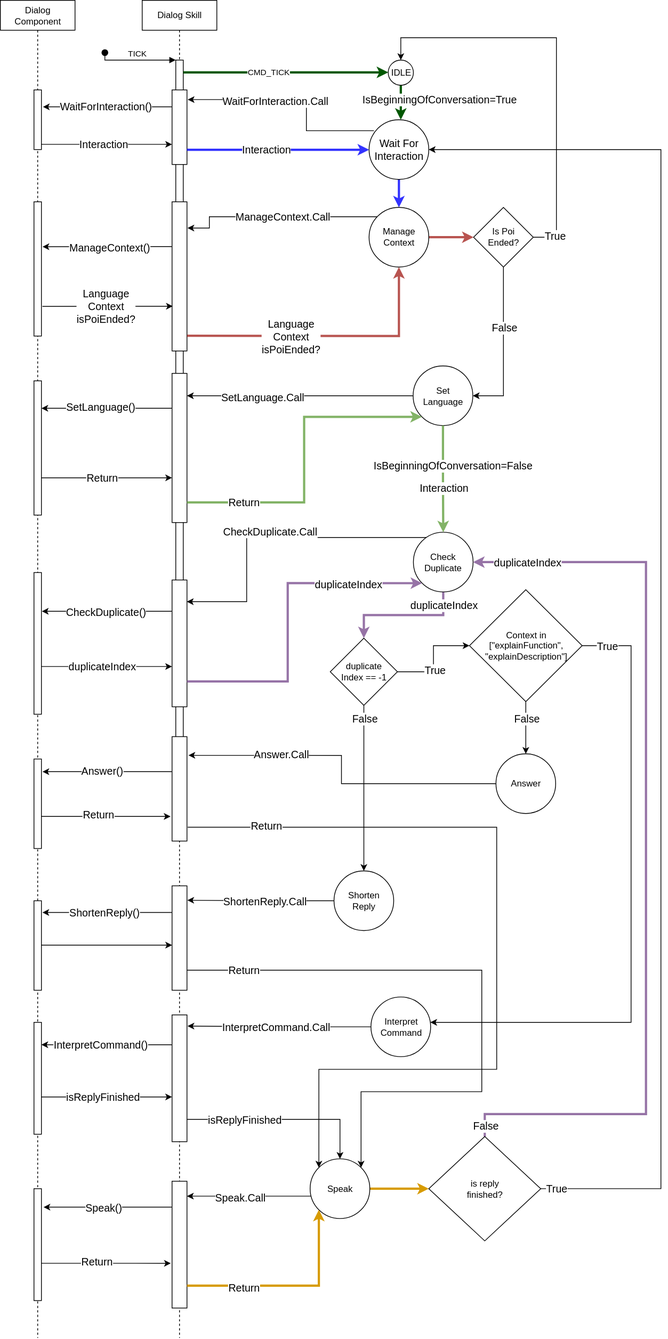
Above: src/skills/dialog_skill/images/SequenceDiagram.drawio.svg in convince-project/UC3 (draw.io), before the change. Source tidied: cells renumbered, new cells last; positions are measured from the earlier drawing's top-left corner, leaving out a move shared by most shapes.
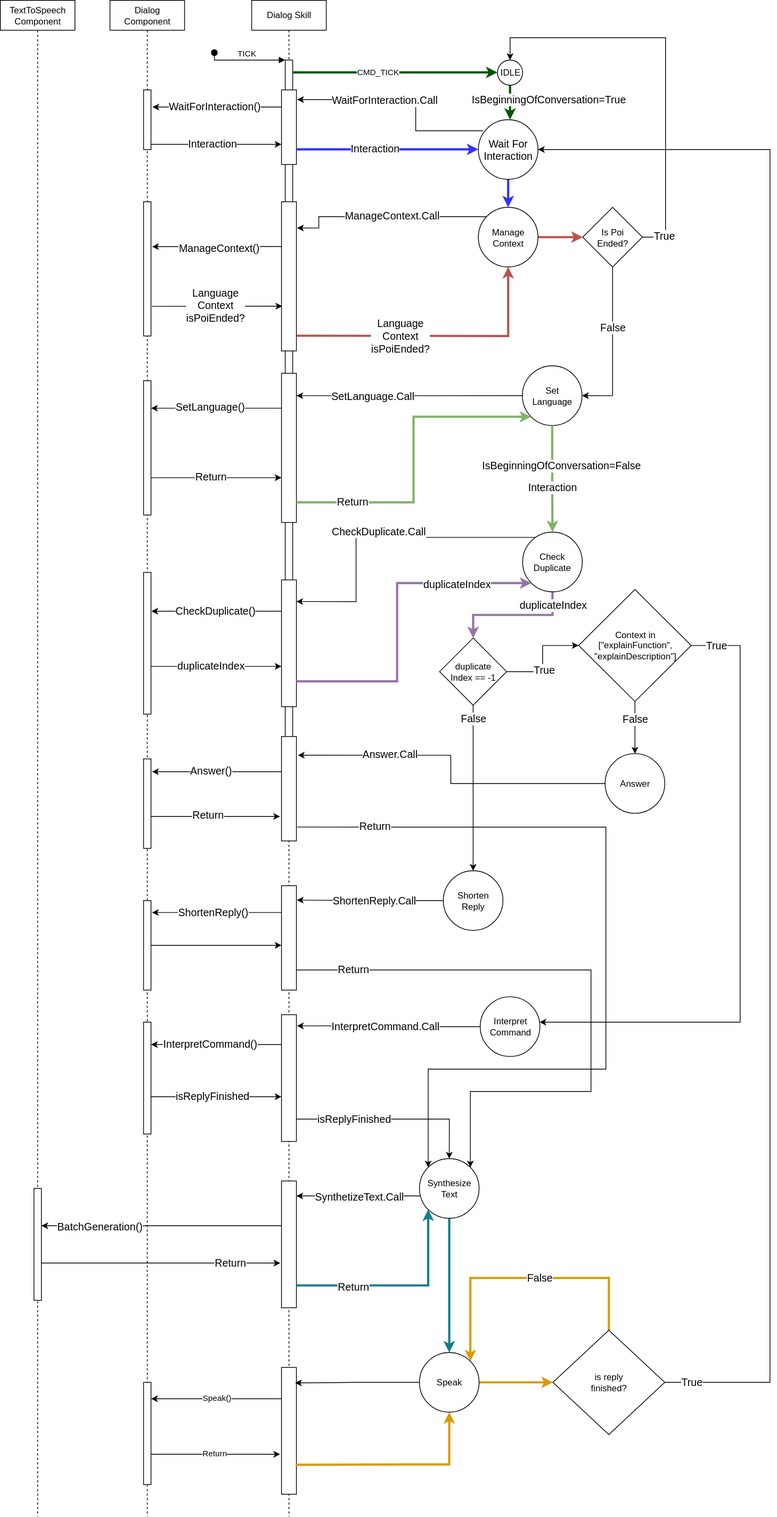
After the change.

Change to the diagram source:
```diff
@@ -3,7 +3,7 @@
     <mxCell id="0" />
     <mxCell id="1" parent="0" />
     <mxCell id="2" value="&lt;div&gt;Dialog&lt;/div&gt;&lt;div&gt;Component&lt;/div&gt;" style="shape=umlLifeline;perimeter=lifelinePerimeter;whiteSpace=wrap;html=1;newEdgeStyle={&quot;edgeStyle&quot;:&quot;elbowEdgeStyle&quot;,&quot;elbow&quot;:&quot;vertical&quot;,&quot;curved&quot;:0,&quot;rounded&quot;:0};" parent="1" vertex="1">
-      <mxGeometry width="100" height="1793" as="geometry" />
+      <mxGeometry width="100" height="2033" as="geometry" />
     </mxCell>
     <mxCell id="3" value="TICK" style="html=1;verticalAlign=bottom;startArrow=oval;endArrow=block;startSize=8;edgeStyle=elbowEdgeStyle;elbow=vertical;curved=0;rounded=0;" parent="2" edge="1" target="13">
       <mxGeometry relative="1" as="geometry">
@@ -34,11 +34,11 @@
     <mxCell id="10" style="html=1;points=[];perimeter=orthogonalPerimeter;outlineConnect=0;targetShapes=umlLifeline;portConstraint=eastwest;newEdgeStyle={&quot;edgeStyle&quot;:&quot;elbowEdgeStyle&quot;,&quot;elbow&quot;:&quot;vertical&quot;,&quot;curved&quot;:0,&quot;rounded&quot;:0};" parent="2" vertex="1">
       <mxGeometry x="45" y="1370" width="10" height="150" as="geometry" />
     </mxCell>
-    <mxCell id="11" style="html=1;points=[];perimeter=orthogonalPerimeter;outlineConnect=0;targetShapes=umlLifeline;portConstraint=eastwest;newEdgeStyle={&quot;edgeStyle&quot;:&quot;elbowEdgeStyle&quot;,&quot;elbow&quot;:&quot;vertical&quot;,&quot;curved&quot;:0,&quot;rounded&quot;:0};" parent="2" vertex="1">
-      <mxGeometry x="45" y="1593" width="10" height="150" as="geometry" />
-    </mxCell>
+    <mxCell id="127" style="html=1;points=[];perimeter=orthogonalPerimeter;outlineConnect=0;targetShapes=umlLifeline;portConstraint=eastwest;newEdgeStyle={&quot;edgeStyle&quot;:&quot;elbowEdgeStyle&quot;,&quot;elbow&quot;:&quot;vertical&quot;,&quot;curved&quot;:0,&quot;rounded&quot;:0};" parent="2" vertex="1">
+      <mxGeometry x="45" y="1853" width="10" height="137" as="geometry" />
+    </mxCell>
     <mxCell id="12" value="Dialog Skill" style="shape=umlLifeline;perimeter=lifelinePerimeter;whiteSpace=wrap;html=1;newEdgeStyle={&quot;edgeStyle&quot;:&quot;elbowEdgeStyle&quot;,&quot;elbow&quot;:&quot;vertical&quot;,&quot;curved&quot;:0,&quot;rounded&quot;:0};" parent="1" vertex="1">
-      <mxGeometry x="190" width="100" height="1793" as="geometry" />
+      <mxGeometry x="190" width="100" height="2033" as="geometry" />
     </mxCell>
     <mxCell id="13" style="html=1;points=[];perimeter=orthogonalPerimeter;outlineConnect=0;targetShapes=umlLifeline;portConstraint=eastwest;newEdgeStyle={&quot;edgeStyle&quot;:&quot;elbowEdgeStyle&quot;,&quot;elbow&quot;:&quot;vertical&quot;,&quot;curved&quot;:0,&quot;rounded&quot;:0};" parent="12" vertex="1">
       <mxGeometry x="45" y="80" width="10" height="1040" as="geometry" />
@@ -67,6 +67,9 @@
     <mxCell id="21" style="html=1;points=[];perimeter=orthogonalPerimeter;outlineConnect=0;targetShapes=umlLifeline;portConstraint=eastwest;newEdgeStyle={&quot;edgeStyle&quot;:&quot;elbowEdgeStyle&quot;,&quot;elbow&quot;:&quot;vertical&quot;,&quot;curved&quot;:0,&quot;rounded&quot;:0};" parent="12" vertex="1">
       <mxGeometry x="40" y="1583" width="20" height="170" as="geometry" />
     </mxCell>
+    <mxCell id="128" style="html=1;points=[];perimeter=orthogonalPerimeter;outlineConnect=0;targetShapes=umlLifeline;portConstraint=eastwest;newEdgeStyle={&quot;edgeStyle&quot;:&quot;elbowEdgeStyle&quot;,&quot;elbow&quot;:&quot;vertical&quot;,&quot;curved&quot;:0,&quot;rounded&quot;:0};" parent="12" vertex="1">
+      <mxGeometry x="40" y="1833" width="20" height="170" as="geometry" />
+    </mxCell>
     <mxCell id="22" style="edgeStyle=elbowEdgeStyle;rounded=0;jettySize=auto;html=1;elbow=vertical;curved=0;entryX=0;entryY=0.5;entryDx=0;entryDy=0;fillColor=#008a00;strokeColor=#005700;strokeWidth=3;" parent="1" edge="1" source="13" target="28">
       <mxGeometry relative="1" as="geometry" />
     </mxCell>
@@ -486,31 +489,46 @@
         </Array>
       </mxGeometry>
     </mxCell>
-    <mxCell id="112" value="Speak.Call" style="edgeLabel;html=1;align=center;verticalAlign=middle;fontSize=14;" parent="111" vertex="1">
-      <mxGeometry x="0.15" y="1" relative="1" as="geometry" />
+    <mxCell id="112" value="SynthetizeText.Call" style="edgeLabel;html=1;align=center;verticalAlign=middle;fontSize=14;" parent="111" vertex="1">
+      <mxGeometry x="0.15" y="1" relative="1" as="geometry">
+        <mxPoint x="13" as="offset" />
+      </mxGeometry>
     </mxCell>
-    <mxCell id="113" style="edgeStyle=orthogonalEdgeStyle;rounded=0;jettySize=auto;html=1;fillColor=#ffe6cc;strokeColor=#d79b00;strokeWidth=3;" parent="1" edge="1" source="114" target="126">
+    <mxCell id="113" style="edgeStyle=orthogonalEdgeStyle;rounded=0;jettySize=auto;html=1;fillColor=#ffe6cc;strokeColor=#d79b00;strokeWidth=3;exitX=1;exitY=0.5;exitDx=0;exitDy=0;" parent="1" edge="1" source="132" target="126">
       <mxGeometry relative="1" as="geometry" />
     </mxCell>
+    <mxCell id="129" style="edgeStyle=orthogonalEdgeStyle;rounded=0;jettySize=auto;html=1;fillColor=#b0e3e6;strokeColor=#0e8088;strokeWidth=3;" parent="1" edge="1" source="114" target="132">
+      <mxGeometry relative="1" as="geometry" />
+    </mxCell>
-    <mxCell id="114" value="Speak" style="ellipse;whiteSpace=wrap;html=1;" parent="1" vertex="1">
+    <mxCell id="114" value="Synthesize&lt;br&gt;Text" style="ellipse;whiteSpace=wrap;html=1;" parent="1" vertex="1">
       <mxGeometry x="415" y="1553" width="80" height="80" as="geometry" />
     </mxCell>
-    <mxCell id="115" style="edgeStyle=elbowEdgeStyle;rounded=0;jettySize=auto;html=1;elbow=vertical;curved=0;entryX=1.286;entryY=0.166;entryDx=0;entryDy=0;entryPerimeter=0;" parent="1" edge="1" source="21" target="11">
-      <mxGeometry relative="1" as="geometry" />
+    <mxCell id="115" style="edgeStyle=elbowEdgeStyle;rounded=0;jettySize=auto;html=1;elbow=vertical;curved=0;" parent="1" edge="1" source="21" target="11">
+      <mxGeometry relative="1" as="geometry">
+        <Array as="points">
+          <mxPoint x="165" y="1643" />
+        </Array>
+      </mxGeometry>
     </mxCell>
-    <mxCell id="116" value="Speak()" style="edgeLabel;html=1;align=center;verticalAlign=middle;fontSize=14;" parent="115" vertex="1">
-      <mxGeometry x="0.08" y="1" relative="1" as="geometry" />
+    <mxCell id="116" value="BatchGeneration()" style="edgeLabel;html=1;align=center;verticalAlign=middle;fontSize=14;" parent="115" vertex="1">
+      <mxGeometry x="0.08" y="1" relative="1" as="geometry">
+        <mxPoint x="-71" as="offset" />
+      </mxGeometry>
     </mxCell>
-    <mxCell id="117" style="edgeStyle=elbowEdgeStyle;rounded=0;orthogonalLoop=1;jettySize=auto;html=1;elbow=horizontal;curved=0;entryX=-0.083;entryY=0.799;entryDx=0;entryDy=0;entryPerimeter=0;" parent="1" edge="1">
+    <mxCell id="117" style="edgeStyle=elbowEdgeStyle;rounded=0;jettySize=auto;html=1;elbow=horizontal;curved=0;entryX=-0.083;entryY=0.799;entryDx=0;entryDy=0;entryPerimeter=0;" parent="1" edge="1" source="11">
       <mxGeometry relative="1" as="geometry">
-        <mxPoint x="55" y="1693" as="sourcePoint" />
         <mxPoint x="228.3" y="1693" as="targetPoint" />
+        <Array as="points">
+          <mxPoint x="145" y="1693" />
+        </Array>
       </mxGeometry>
     </mxCell>
     <mxCell id="118" value="Return" style="edgeLabel;html=1;align=center;verticalAlign=middle;fontSize=14;" parent="117" vertex="1">
-      <mxGeometry x="-0.15" y="3" relative="1" as="geometry" />
+      <mxGeometry x="-0.15" y="3" relative="1" as="geometry">
+        <mxPoint x="117" y="3" as="offset" />
+      </mxGeometry>
     </mxCell>
-    <mxCell id="119" style="edgeStyle=elbowEdgeStyle;rounded=0;jettySize=auto;html=1;elbow=vertical;curved=0;entryX=0;entryY=1;entryDx=0;entryDy=0;fillColor=#ffe6cc;strokeColor=#d79b00;strokeWidth=3;" parent="1" edge="1" target="114">
+    <mxCell id="119" style="edgeStyle=elbowEdgeStyle;rounded=0;jettySize=auto;html=1;elbow=vertical;curved=0;entryX=0;entryY=1;entryDx=0;entryDy=0;strokeWidth=3;fillColor=#b0e3e6;strokeColor=#0e8088;" parent="1" edge="1" target="114">
       <mxGeometry relative="1" as="geometry">
         <mxPoint x="250" y="1723" as="sourcePoint" />
         <Array as="points">
@@ -521,38 +539,73 @@
     <mxCell id="120" value="Return" style="edgeLabel;html=1;align=center;verticalAlign=middle;fontSize=14;" parent="119" vertex="1">
       <mxGeometry x="-0.46" y="-2" relative="1" as="geometry" />
     </mxCell>
-    <mxCell id="121" style="edgeStyle=orthogonalEdgeStyle;rounded=0;jettySize=auto;html=1;exitX=0.5;exitY=0;exitDx=0;exitDy=0;entryX=1;entryY=0.5;entryDx=0;entryDy=0;fillColor=#e1d5e7;strokeColor=#9673a6;strokeWidth=3;" parent="1" edge="1" source="126" target="50">
+    <mxCell id="121" style="edgeStyle=orthogonalEdgeStyle;rounded=0;jettySize=auto;html=1;exitX=0.5;exitY=0;exitDx=0;exitDy=0;fillColor=#ffe6cc;strokeColor=#d79b00;strokeWidth=3;entryX=1;entryY=0;entryDx=0;entryDy=0;" parent="1" edge="1" source="126" target="132">
       <mxGeometry relative="1" as="geometry">
         <Array as="points">
-          <mxPoint x="649" y="1493" />
-          <mxPoint x="865" y="1493" />
-          <mxPoint x="865" y="753" />
+          <mxPoint x="669" y="1713" />
+          <mxPoint x="483" y="1713" />
         </Array>
       </mxGeometry>
     </mxCell>
     <mxCell id="122" value="&lt;div&gt;&lt;font style=&quot;font-size: 14px;&quot;&gt;False&lt;/font&gt;&lt;/div&gt;" style="edgeLabel;html=1;align=center;verticalAlign=middle;" parent="121" vertex="1">
       <mxGeometry x="-0.87" y="-2" relative="1" as="geometry">
-        <mxPoint x="-47" y="13" as="offset" />
+        <mxPoint x="-95" y="-47" as="offset" />
       </mxGeometry>
     </mxCell>
-    <mxCell id="123" value="&lt;font style=&quot;font-size: 14px;&quot;&gt;duplicateIndex&lt;/font&gt;" style="edgeLabel;html=1;align=center;verticalAlign=middle;" parent="121" vertex="1">
-      <mxGeometry x="0.91" relative="1" as="geometry">
-        <mxPoint x="17" as="offset" />
-      </mxGeometry>
-    </mxCell>
     <mxCell id="124" style="edgeStyle=orthogonalEdgeStyle;rounded=0;jettySize=auto;html=1;entryX=1;entryY=0.5;entryDx=0;entryDy=0;" parent="1" edge="1" source="126" target="30">
       <mxGeometry relative="1" as="geometry">
         <Array as="points">
-          <mxPoint x="885" y="1593" />
+          <mxPoint x="885" y="1853" />
           <mxPoint x="885" y="200" />
         </Array>
       </mxGeometry>
     </mxCell>
     <mxCell id="125" value="&lt;font style=&quot;font-size: 14px;&quot;&gt;True&lt;/font&gt;" style="edgeLabel;html=1;align=center;verticalAlign=middle;" parent="124" vertex="1">
-      <mxGeometry x="-0.98" y="1" relative="1" as="geometry" />
+      <mxGeometry x="-0.98" y="1" relative="1" as="geometry">
+        <mxPoint x="12" y="1" as="offset" />
+      </mxGeometry>
     </mxCell>
     <mxCell id="126" value="&lt;div&gt;is reply&lt;/div&gt;&lt;div&gt;finished?&lt;/div&gt;" style="rhombus;whiteSpace=wrap;html=1;" parent="1" vertex="1">
-      <mxGeometry x="574" y="1523" width="150" height="140" as="geometry" />
+      <mxGeometry x="594" y="1783" width="150" height="140" as="geometry" />
     </mxCell>
+    <mxCell id="130" value="&lt;div&gt;TextToSpeech&lt;/div&gt;&lt;div&gt;Component&lt;/div&gt;" style="shape=umlLifeline;perimeter=lifelinePerimeter;whiteSpace=wrap;html=1;newEdgeStyle={&quot;edgeStyle&quot;:&quot;elbowEdgeStyle&quot;,&quot;elbow&quot;:&quot;vertical&quot;,&quot;curved&quot;:0,&quot;rounded&quot;:0};" parent="1" vertex="1">
+      <mxGeometry x="-147" width="100" height="2033" as="geometry" />
+    </mxCell>
+    <mxCell id="131" value="TICK" style="html=1;verticalAlign=bottom;startArrow=oval;endArrow=block;startSize=8;edgeStyle=elbowEdgeStyle;elbow=vertical;curved=0;rounded=0;" parent="130" edge="1">
+      <mxGeometry relative="1" as="geometry">
+        <mxPoint x="140" y="70" as="sourcePoint" />
+        <Array as="points">
+          <mxPoint x="190" y="80" />
+        </Array>
+      </mxGeometry>
+    </mxCell>
+    <mxCell id="11" style="html=1;points=[];perimeter=orthogonalPerimeter;outlineConnect=0;targetShapes=umlLifeline;portConstraint=eastwest;newEdgeStyle={&quot;edgeStyle&quot;:&quot;elbowEdgeStyle&quot;,&quot;elbow&quot;:&quot;vertical&quot;,&quot;curved&quot;:0,&quot;rounded&quot;:0};" parent="130" vertex="1">
+      <mxGeometry x="45" y="1593" width="10" height="150" as="geometry" />
+    </mxCell>
+    <mxCell id="132" value="Speak" style="ellipse;whiteSpace=wrap;html=1;" parent="1" vertex="1">
+      <mxGeometry x="415" y="1813" width="80" height="80" as="geometry" />
+    </mxCell>
+    <mxCell id="133" style="edgeStyle=orthogonalEdgeStyle;rounded=0;jettySize=auto;html=1;entryX=0.91;entryY=0.122;entryDx=0;entryDy=0;entryPerimeter=0;" parent="1" edge="1" source="132" target="128">
+      <mxGeometry relative="1" as="geometry" />
+    </mxCell>
+    <mxCell id="134" style="edgeStyle=elbowEdgeStyle;rounded=0;jettySize=auto;html=1;elbow=vertical;curved=0;entryX=1.01;entryY=0.161;entryDx=0;entryDy=0;entryPerimeter=0;" parent="1" edge="1" source="128" target="127">
+      <mxGeometry relative="1" as="geometry" />
+    </mxCell>
+    <mxCell id="135" value="Speak()" style="edgeLabel;html=1;align=center;verticalAlign=middle;" parent="134" vertex="1">
+      <mxGeometry y="-1" relative="1" as="geometry" />
+    </mxCell>
+    <mxCell id="136" style="edgeStyle=elbowEdgeStyle;rounded=0;jettySize=auto;html=1;elbow=vertical;curved=0;entryX=-0.09;entryY=0.686;entryDx=0;entryDy=0;entryPerimeter=0;" parent="1" edge="1" source="127" target="128">
+      <mxGeometry relative="1" as="geometry" />
+    </mxCell>
+    <mxCell id="137" value="Return" style="edgeLabel;html=1;align=center;verticalAlign=middle;" parent="136" vertex="1">
+      <mxGeometry x="-0.02" y="2" relative="1" as="geometry" />
+    </mxCell>
+    <mxCell id="138" style="edgeStyle=elbowEdgeStyle;rounded=0;jettySize=auto;html=1;elbow=vertical;curved=0;entryX=0.5;entryY=1;entryDx=0;entryDy=0;exitX=0.945;exitY=0.767;exitDx=0;exitDy=0;exitPerimeter=0;strokeWidth=3;fillColor=#ffe6cc;strokeColor=#d79b00;" parent="1" edge="1" source="128" target="132">
+      <mxGeometry relative="1" as="geometry">
+        <Array as="points">
+          <mxPoint x="355" y="1963" />
+        </Array>
+      </mxGeometry>
+    </mxCell>
   </root>
 </mxGraphModel>
```
